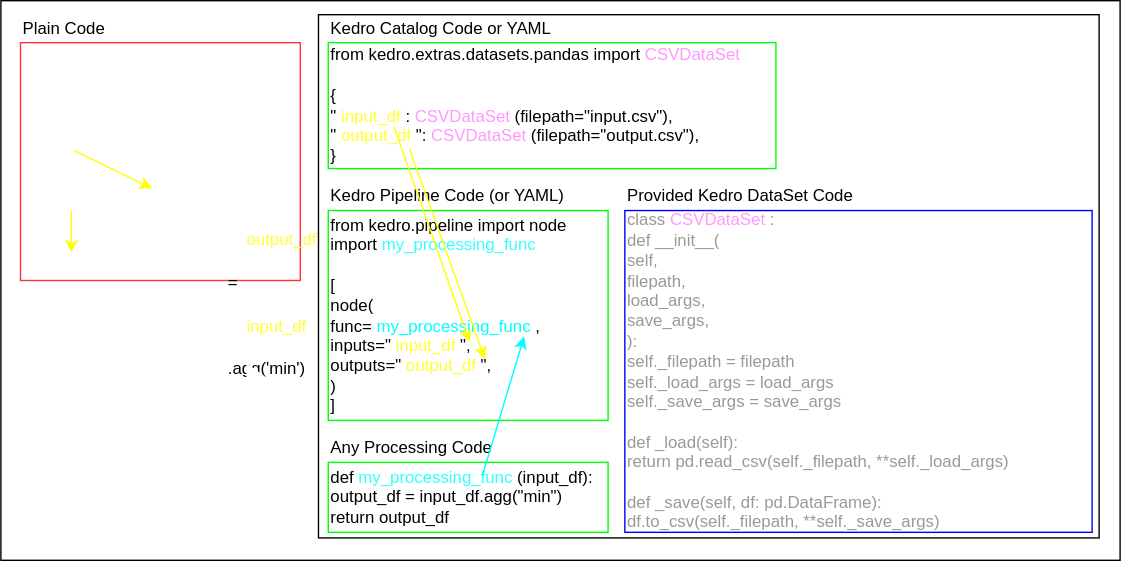
Above: _doc_images/kedro_concept.drawio.svg in Minyus/kedro-starters-sklearn (draw.io), before the change. Source tidied: cells renumbered, new cells last; positions are measured from the earlier drawing's top-left corner, leaving out a move shared by most shapes.
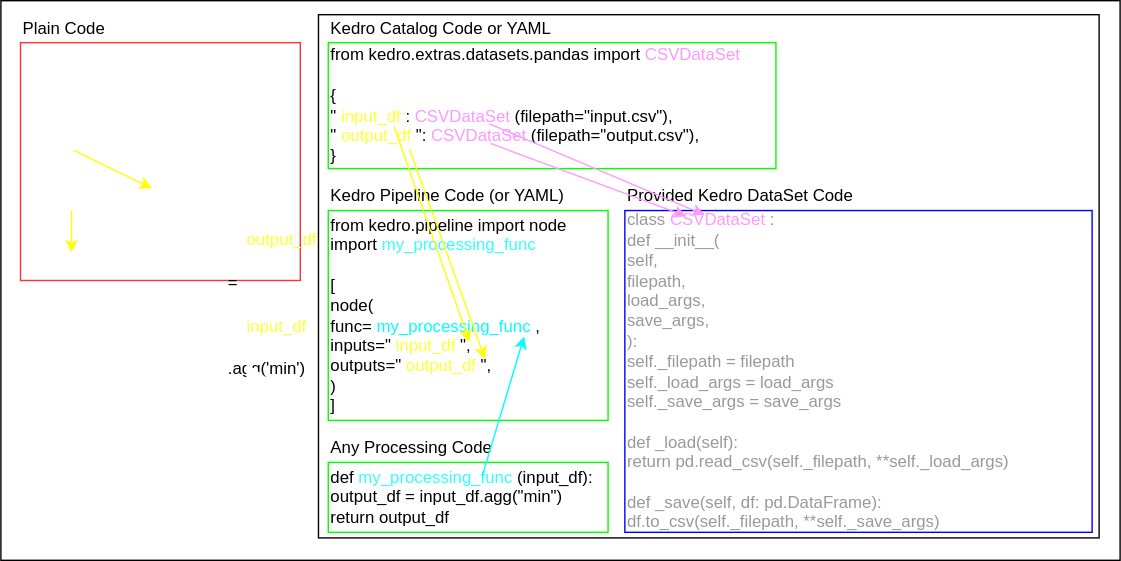
After the commit.

Diff of the diagram source:
```diff
@@ -68,5 +68,17 @@
     <mxCell id="19" style="html=1;shadow=0;dashed=0;align=center;verticalAlign=middle;shape=mxgraph.arrows2.bendArrow;dy=15;dx=38;notch=0;arrowHead=55;rounded=1;flipV=1;strokeColor=#FFFFFF;" parent="1" vertex="1">
       <mxGeometry x="114" y="215" width="100" height="100" as="geometry" />
     </mxCell>
+    <mxCell id="20" style="rounded=0;orthogonalLoop=1;jettySize=auto;html=1;strokeColor=#FF99FF;strokeWidth=1;" parent="1" edge="1">
+      <mxGeometry relative="1" as="geometry">
+        <mxPoint x="350" y="102" as="sourcePoint" />
+        <mxPoint x="490" y="154" as="targetPoint" />
+      </mxGeometry>
+    </mxCell>
+    <mxCell id="21" style="rounded=0;orthogonalLoop=1;jettySize=auto;html=1;strokeColor=#FF99FF;strokeWidth=1;" parent="1" edge="1">
+      <mxGeometry relative="1" as="geometry">
+        <mxPoint x="349" y="88" as="sourcePoint" />
+        <mxPoint x="503" y="153" as="targetPoint" />
+      </mxGeometry>
+    </mxCell>
   </root>
 </mxGraphModel>
```
